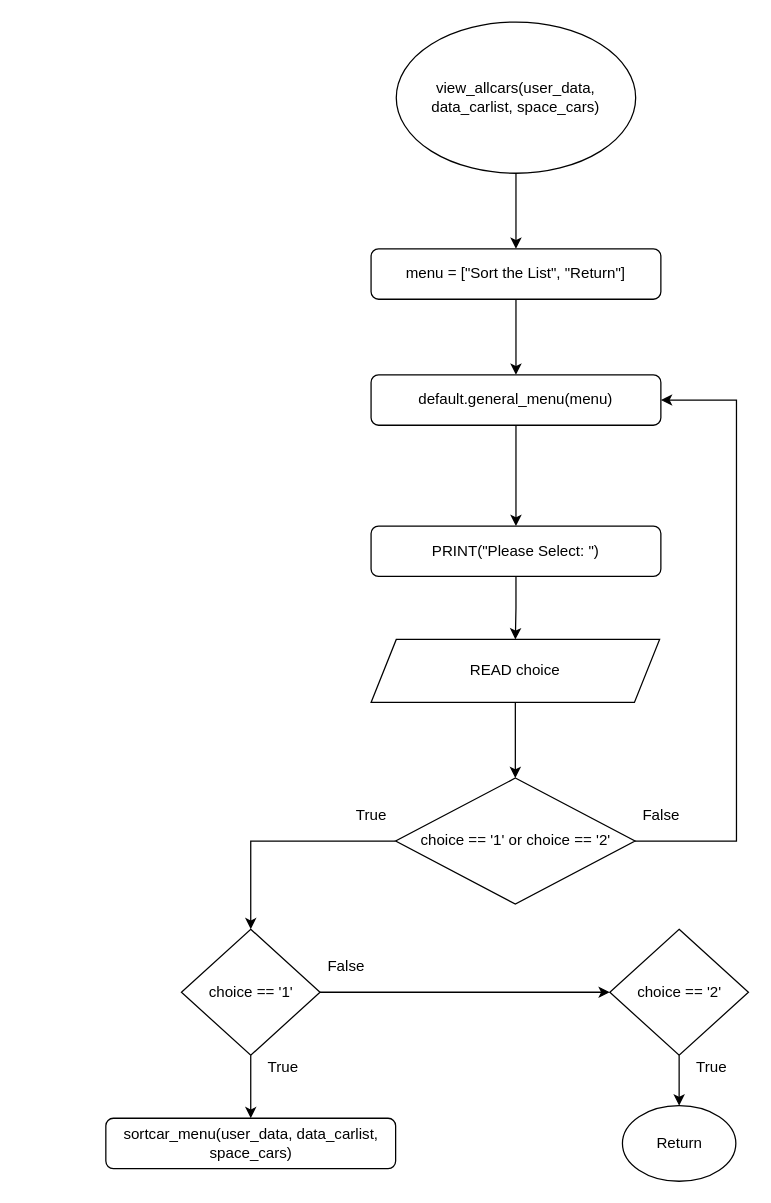
RabbitBear00/Car-Rental-System keeps this draw.io diagram as Flowchart/clients/view_allcars.drawio. Above is the earlier version. Source tidied: cells renumbered, new cells numbered last; positions are measured from the earlier drawing's top-left corner, leaving out a move shared by most shapes. Both pictures are drawn from the tidied source at 126%, with x=0, y=0 at pixel (106, 21).
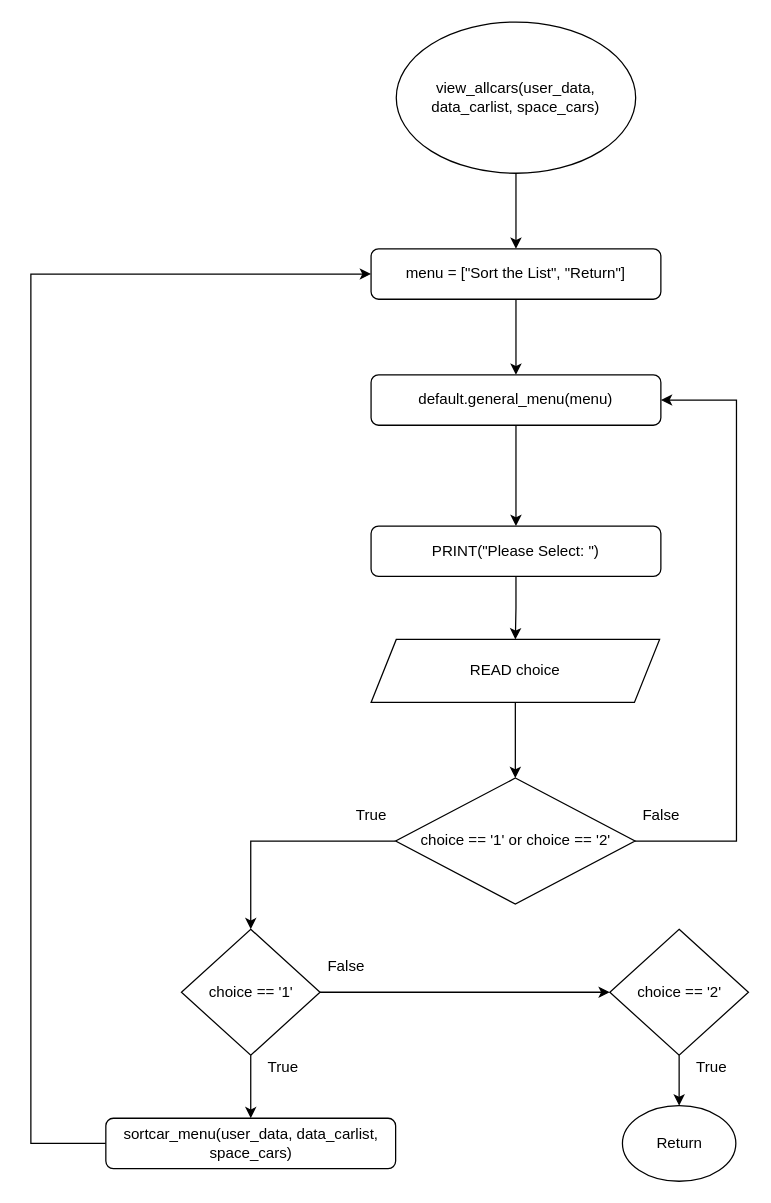
Above is the later version.

The change refers to these unchanged cells:
```xml
<mxCell id="5" value="menu = [&quot;Sort the List&quot;, &quot;Return&quot;]" style="rounded=1;whiteSpace=wrap;html=1;" parent="1" vertex="1">
  <mxGeometry x="210" y="180" width="230" height="40" as="geometry" />
</mxCell>
<mxCell id="20" value="sortcar_menu(user_data, data_carlist, space_cars)" style="rounded=1;whiteSpace=wrap;html=1;" parent="1" vertex="1">
  <mxGeometry x="-0.5" y="870" width="230" height="40" as="geometry" />
</mxCell>
```

Diff of the diagram source:
```diff
@@
+    <mxCell id="27" style="edgeStyle=orthogonalEdgeStyle;rounded=0;jettySize=auto;html=1;entryX=0;entryY=0.5;entryDx=0;entryDy=0;" parent="1" edge="1" source="20" target="5">
+      <mxGeometry relative="1" as="geometry">
+        <Array as="points">
+          <mxPoint x="-60" y="890" />
+          <mxPoint x="-60" y="200" />
+        </Array>
+      </mxGeometry>
+    </mxCell>
```
